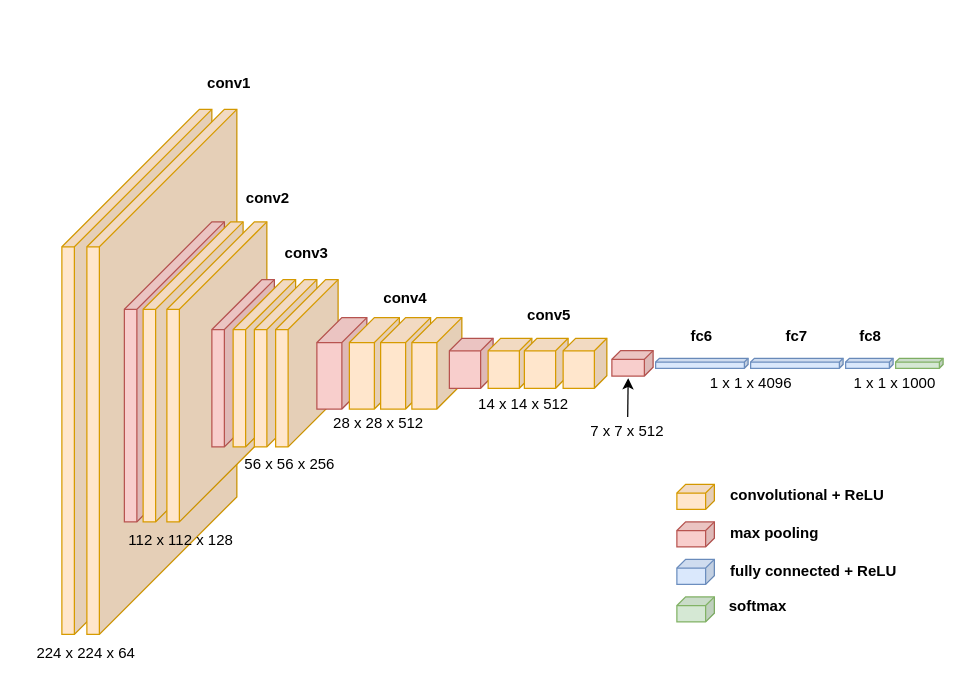
Earlier version of the draw.io diagram Finale3DLSTM.drawio (bananasrlowkeygood/bananasrlowkeygood.github.io). Source tidied: cells renumbered, new cells numbered last; positions are measured from the earlier drawing's top-left corner, leaving out a move shared by most shapes. Both pictures are drawn from the tidied source at 125%, with x=0, y=0 at pixel (24, 64).
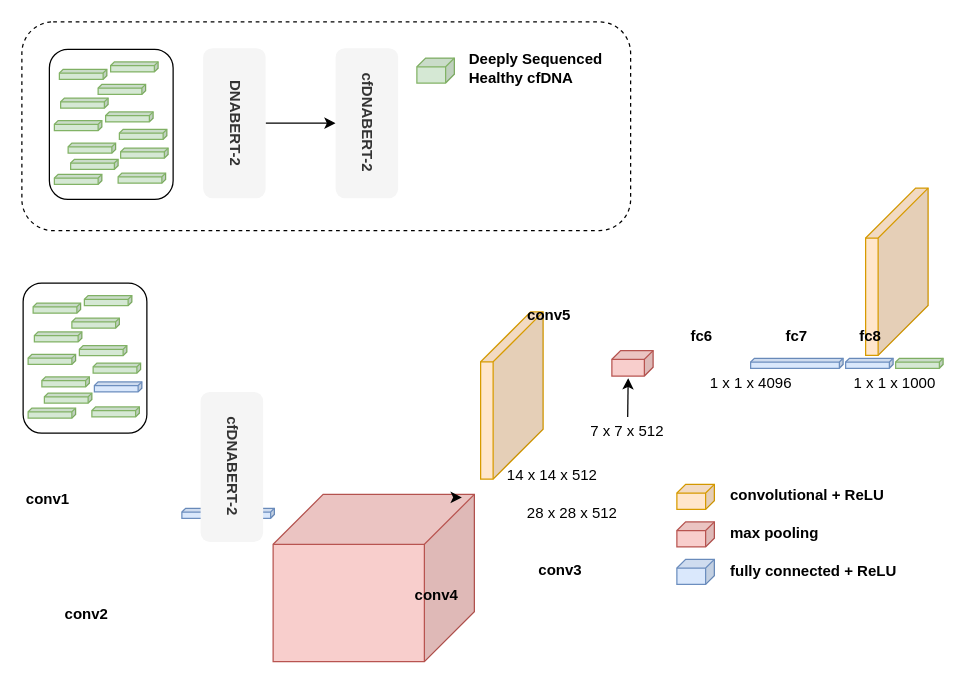
Above is the later version.

Change to the diagram source:
```diff
@@
-    <mxCell id="2" style="shape=cube;whiteSpace=wrap;html=1;boundedLbl=1;backgroundOutline=1;darkOpacity=0.05;darkOpacity2=0.1;size=110;direction=east;flipH=1;fillColor=#ffe6cc;strokeColor=#d79b00;" parent="1" vertex="1">
-      <mxGeometry x="30" y="36" width="120" height="420" as="geometry" />
-    </mxCell>
-    <mxCell id="3" style="shape=cube;whiteSpace=wrap;html=1;boundedLbl=1;backgroundOutline=1;darkOpacity=0.05;darkOpacity2=0.1;size=110;direction=east;flipH=1;fillColor=#ffe6cc;strokeColor=#d79b00;" parent="1" vertex="1">
-      <mxGeometry x="50" y="36" width="120" height="420" as="geometry" />
-    </mxCell>
-    <mxCell id="4" style="shape=cube;whiteSpace=wrap;html=1;boundedLbl=1;backgroundOutline=1;darkOpacity=0.05;darkOpacity2=0.1;size=70;direction=east;flipH=1;fillColor=#f8cecc;strokeColor=#b85450;" parent="1" vertex="1">
-      <mxGeometry x="80" y="126" width="80" height="240" as="geometry" />
-    </mxCell>
-    <mxCell id="5" style="shape=cube;whiteSpace=wrap;html=1;boundedLbl=1;backgroundOutline=1;darkOpacity=0.05;darkOpacity2=0.1;size=70;direction=east;flipH=1;fillColor=#ffe6cc;strokeColor=#d79b00;" parent="1" vertex="1">
-      <mxGeometry x="95" y="126" width="80" height="240" as="geometry" />
-    </mxCell>
-    <mxCell id="6" style="shape=cube;whiteSpace=wrap;html=1;boundedLbl=1;backgroundOutline=1;darkOpacity=0.05;darkOpacity2=0.1;size=70;direction=east;flipH=1;fillColor=#ffe6cc;strokeColor=#d79b00;" parent="1" vertex="1">
-      <mxGeometry x="114" y="126" width="80" height="240" as="geometry" />
-    </mxCell>
+    <mxCell id="49" style="rounded=1;whiteSpace=wrap;html=1;dashed=1;fillColor=none;" parent="1" vertex="1">
+      <mxGeometry x="-2" y="-34" width="487" height="167" as="geometry" />
+    </mxCell>
     <mxCell id="7" style="shape=cube;whiteSpace=wrap;html=1;boundedLbl=1;backgroundOutline=1;darkOpacity=0.05;darkOpacity2=0.1;size=40;direction=east;flipH=1;fillColor=#f8cecc;strokeColor=#b85450;" parent="1" vertex="1">
-      <mxGeometry x="150" y="172.2" width="50" height="133.8" as="geometry" />
+      <mxGeometry x="199" y="344" width="161" height="133.8" as="geometry" />
     </mxCell>
     <mxCell id="8" style="shape=cube;whiteSpace=wrap;html=1;boundedLbl=1;backgroundOutline=1;darkOpacity=0.05;darkOpacity2=0.1;size=40;direction=east;flipH=1;fillColor=#ffe6cc;strokeColor=#d79b00;" parent="1" vertex="1">
-      <mxGeometry x="167" y="172.2" width="50" height="133.8" as="geometry" />
+      <mxGeometry x="365" y="198" width="50" height="133.8" as="geometry" />
     </mxCell>
     <mxCell id="9" style="shape=cube;whiteSpace=wrap;html=1;boundedLbl=1;backgroundOutline=1;darkOpacity=0.05;darkOpacity2=0.1;size=40;direction=east;flipH=1;fillColor=#ffe6cc;strokeColor=#d79b00;" parent="1" vertex="1">
-      <mxGeometry x="184" y="172.2" width="50" height="133.8" as="geometry" />
+      <mxGeometry x="673" y="99" width="50" height="133.8" as="geometry" />
     </mxCell>
-    <mxCell id="10" style="shape=cube;whiteSpace=wrap;html=1;boundedLbl=1;backgroundOutline=1;darkOpacity=0.05;darkOpacity2=0.1;size=40;direction=east;flipH=1;fillColor=#ffe6cc;strokeColor=#d79b00;" parent="1" vertex="1">
-      <mxGeometry x="201" y="172.2" width="50" height="133.8" as="geometry" />
-    </mxCell>
-    <mxCell id="11" style="shape=cube;whiteSpace=wrap;html=1;boundedLbl=1;backgroundOutline=1;darkOpacity=0.05;darkOpacity2=0.1;size=20;direction=east;flipH=1;fillColor=#f8cecc;strokeColor=#b85450;" parent="1" vertex="1">
-      <mxGeometry x="234" y="202.6" width="40" height="73.1" as="geometry" />
-    </mxCell>
-    <mxCell id="12" style="shape=cube;whiteSpace=wrap;html=1;boundedLbl=1;backgroundOutline=1;darkOpacity=0.05;darkOpacity2=0.1;size=20;direction=east;flipH=1;fillColor=#ffe6cc;strokeColor=#d79b00;" parent="1" vertex="1">
-      <mxGeometry x="260" y="202.6" width="40" height="73.1" as="geometry" />
-    </mxCell>
-    <mxCell id="13" style="shape=cube;whiteSpace=wrap;html=1;boundedLbl=1;backgroundOutline=1;darkOpacity=0.05;darkOpacity2=0.1;size=20;direction=east;flipH=1;fillColor=#ffe6cc;strokeColor=#d79b00;" parent="1" vertex="1">
-      <mxGeometry x="285" y="202.6" width="40" height="73.1" as="geometry" />
-    </mxCell>
-    <mxCell id="14" style="shape=cube;whiteSpace=wrap;html=1;boundedLbl=1;backgroundOutline=1;darkOpacity=0.05;darkOpacity2=0.1;size=20;direction=east;flipH=1;fillColor=#ffe6cc;strokeColor=#d79b00;" parent="1" vertex="1">
-      <mxGeometry x="310" y="202.6" width="40" height="73.1" as="geometry" />
-    </mxCell>
-    <mxCell id="15" style="shape=cube;whiteSpace=wrap;html=1;boundedLbl=1;backgroundOutline=1;darkOpacity=0.05;darkOpacity2=0.1;size=10;direction=east;flipH=1;fillColor=#f8cecc;strokeColor=#b85450;" parent="1" vertex="1">
-      <mxGeometry x="340" y="219.1" width="35" height="40" as="geometry" />
-    </mxCell>
-    <mxCell id="16" style="shape=cube;whiteSpace=wrap;html=1;boundedLbl=1;backgroundOutline=1;darkOpacity=0.05;darkOpacity2=0.1;size=10;direction=east;flipH=1;fillColor=#ffe6cc;strokeColor=#d79b00;" parent="1" vertex="1">
-      <mxGeometry x="371" y="219.1" width="35" height="40" as="geometry" />
-    </mxCell>
@@
     <mxCell id="18" style="shape=cube;whiteSpace=wrap;html=1;boundedLbl=1;backgroundOutline=1;darkOpacity=0.05;darkOpacity2=0.1;size=3;direction=east;flipH=1;fillColor=#dae8fc;strokeColor=#6c8ebf;" parent="1" vertex="1">
-      <mxGeometry x="505" y="235.1" width="74" height="8" as="geometry" />
+      <mxGeometry x="126" y="355.1" width="74" height="8" as="geometry" />
     </mxCell>
@@
-    <mxCell id="25" style="shape=cube;whiteSpace=wrap;html=1;boundedLbl=1;backgroundOutline=1;darkOpacity=0.05;darkOpacity2=0.1;size=7;direction=east;flipH=1;fillColor=#d5e8d4;strokeColor=#82b366;" parent="1" vertex="1">
-      <mxGeometry x="522" y="426" width="30" height="20" as="geometry" />
-    </mxCell>
     <mxCell id="26" value="&lt;b&gt;conv1&lt;/b&gt;" style="text;html=1;strokeColor=none;fillColor=none;align=center;verticalAlign=middle;whiteSpace=wrap;rounded=0;" parent="1" vertex="1">
-      <mxGeometry x="144" width="40" height="30" as="geometry" />
+      <mxGeometry x="-1" y="333.1" width="40" height="30" as="geometry" />
     </mxCell>
     <mxCell id="27" value="&lt;b&gt;conv2&lt;/b&gt;" style="text;html=1;strokeColor=none;fillColor=none;align=center;verticalAlign=middle;whiteSpace=wrap;rounded=0;" parent="1" vertex="1">
-      <mxGeometry x="175" y="92" width="40" height="30" as="geometry" />
+      <mxGeometry x="30" y="425.1" width="40" height="30" as="geometry" />
     </mxCell>
     <mxCell id="28" value="&lt;b&gt;conv3&lt;/b&gt;" style="text;html=1;strokeColor=none;fillColor=none;align=center;verticalAlign=middle;whiteSpace=wrap;rounded=0;" parent="1" vertex="1">
-      <mxGeometry x="206" y="136" width="40" height="30" as="geometry" />
+      <mxGeometry x="409" y="390" width="40" height="30" as="geometry" />
     </mxCell>
     <mxCell id="29" value="&lt;b&gt;conv4&lt;/b&gt;" style="text;html=1;strokeColor=none;fillColor=none;align=center;verticalAlign=middle;whiteSpace=wrap;rounded=0;" parent="1" vertex="1">
-      <mxGeometry x="285" y="172.2" width="40" height="30" as="geometry" />
+      <mxGeometry x="310" y="410" width="40" height="30" as="geometry" />
     </mxCell>
@@
-    <mxCell id="34" value="224 x 224 x 64" style="text;html=1;strokeColor=none;fillColor=none;align=center;verticalAlign=middle;whiteSpace=wrap;rounded=0;" parent="1" vertex="1">
-      <mxGeometry y="456" width="99" height="30" as="geometry" />
-    </mxCell>
-    <mxCell id="35" value="112 x 112 x 128" style="text;html=1;strokeColor=none;fillColor=none;align=center;verticalAlign=middle;whiteSpace=wrap;rounded=0;" parent="1" vertex="1">
-      <mxGeometry x="76" y="366" width="99" height="30" as="geometry" />
-    </mxCell>
-    <mxCell id="36" value="56 x 56 x 256" style="text;html=1;strokeColor=none;fillColor=none;align=center;verticalAlign=middle;whiteSpace=wrap;rounded=0;" parent="1" vertex="1">
-      <mxGeometry x="163" y="305" width="99" height="30" as="geometry" />
-    </mxCell>
     <mxCell id="37" value="28 x 28 x 512" style="text;html=1;strokeColor=none;fillColor=none;align=center;verticalAlign=middle;whiteSpace=wrap;rounded=0;" parent="1" vertex="1">
-      <mxGeometry x="234" y="272" width="99" height="30" as="geometry" />
+      <mxGeometry x="389" y="344.1" width="99" height="30" as="geometry" />
     </mxCell>
     <mxCell id="38" value="14 x 14 x 512" style="text;html=1;strokeColor=none;fillColor=none;align=center;verticalAlign=middle;whiteSpace=wrap;rounded=0;" parent="1" vertex="1">
-      <mxGeometry x="350" y="257.1" width="99" height="30" as="geometry" />
+      <mxGeometry x="373" y="314.1" width="99" height="30" as="geometry" />
     </mxCell>
-    <mxCell id="39" style="shape=cube;whiteSpace=wrap;html=1;boundedLbl=1;backgroundOutline=1;darkOpacity=0.05;darkOpacity2=0.1;size=10;direction=east;flipH=1;fillColor=#ffe6cc;strokeColor=#d79b00;" parent="1" vertex="1">
-      <mxGeometry x="400" y="219.1" width="35" height="40" as="geometry" />
-    </mxCell>
-    <mxCell id="40" style="shape=cube;whiteSpace=wrap;html=1;boundedLbl=1;backgroundOutline=1;darkOpacity=0.05;darkOpacity2=0.1;size=10;direction=east;flipH=1;fillColor=#ffe6cc;strokeColor=#d79b00;" parent="1" vertex="1">
-      <mxGeometry x="431" y="219.1" width="35" height="40" as="geometry" />
-    </mxCell>
@@
-    <mxCell id="48" value="softmax" style="text;html=1;strokeColor=none;fillColor=none;align=left;verticalAlign=middle;whiteSpace=wrap;rounded=0;fontStyle=1;" parent="1" vertex="1">
-      <mxGeometry x="562" y="422.1" width="138" height="23.9" as="geometry" />
-    </mxCell>
+    <mxCell id="50" style="edgeStyle=orthogonalEdgeStyle;rounded=0;orthogonalLoop=1;jettySize=auto;html=1;exitX=0;exitY=0;exitDx=35;exitDy=25;exitPerimeter=0;entryX=0.921;entryY=0.603;entryDx=0;entryDy=0;entryPerimeter=0;" parent="1" edge="1">
+      <mxGeometry relative="1" as="geometry">
+        <mxPoint x="347.2" y="346.4" as="sourcePoint" />
+        <mxPoint x="350" y="345.6" as="targetPoint" />
+      </mxGeometry>
+    </mxCell>
+    <mxCell id="51" style="edgeStyle=orthogonalEdgeStyle;rounded=0;jettySize=auto;html=1;exitX=1;exitY=0.5;exitDx=0;exitDy=0;entryX=0;entryY=0.5;entryDx=0;entryDy=0;" parent="1" edge="1" source="52" target="53">
+      <mxGeometry relative="1" as="geometry" />
+    </mxCell>
+    <mxCell id="52" value="DNABERT-2" style="rounded=1;whiteSpace=wrap;html=1;textDirection=vertical-rl;fontStyle=1;fillColor=#f5f5f5;fontColor=#333333;strokeColor=none;" parent="1" vertex="1">
+      <mxGeometry x="143" y="-13" width="50" height="120" as="geometry" />
+    </mxCell>
+    <mxCell id="53" value="cfDNABERT-2" style="rounded=1;whiteSpace=wrap;html=1;textDirection=vertical-rl;fontStyle=1;fillColor=#f5f5f5;fontColor=#333333;strokeColor=none;" parent="1" vertex="1">
+      <mxGeometry x="249" y="-13" width="50" height="120" as="geometry" />
+    </mxCell>
+    <mxCell id="54" style="shape=cube;whiteSpace=wrap;html=1;boundedLbl=1;backgroundOutline=1;darkOpacity=0.05;darkOpacity2=0.1;size=7;direction=east;flipH=1;fillColor=#d5e8d4;strokeColor=#82b366;" parent="1" vertex="1">
+      <mxGeometry x="314" y="-5.1" width="30" height="20" as="geometry" />
+    </mxCell>
+    <mxCell id="55" value="Deeply Sequenced Healthy cfDNA" style="text;html=1;strokeColor=none;fillColor=none;align=left;verticalAlign=middle;whiteSpace=wrap;rounded=0;fontStyle=1;" parent="1" vertex="1">
+      <mxGeometry x="354" y="-9" width="138" height="23.9" as="geometry" />
+    </mxCell>
+    <mxCell id="56" value="cfDNABERT-2" style="rounded=1;whiteSpace=wrap;html=1;textDirection=vertical-rl;fontStyle=1;fillColor=#f5f5f5;fontColor=#333333;strokeColor=none;" parent="1" vertex="1">
+      <mxGeometry x="141" y="262" width="50" height="120" as="geometry" />
+    </mxCell>
+    <mxCell id="57" style="group;" parent="1" vertex="1">
+      <mxGeometry x="20" y="-12" width="99" height="120" as="geometry" />
+    </mxCell>
+    <mxCell id="58" style="rounded=1;whiteSpace=wrap;html=1;textDirection=vertical-rl;fontStyle=1;fillColor=none;fontColor=#333333;strokeColor=default;" parent="57" vertex="1">
+      <mxGeometry width="99" height="120" as="geometry" />
+    </mxCell>
+    <mxCell id="59" style="shape=cube;whiteSpace=wrap;html=1;boundedLbl=1;backgroundOutline=1;darkOpacity=0.05;darkOpacity2=0.1;size=3;direction=east;flipH=1;fillColor=#d5e8d4;strokeColor=#82b366;" parent="57" vertex="1">
+      <mxGeometry x="45" y="50" width="38" height="8" as="geometry" />
+    </mxCell>
+    <mxCell id="60" style="shape=cube;whiteSpace=wrap;html=1;boundedLbl=1;backgroundOutline=1;darkOpacity=0.05;darkOpacity2=0.1;size=3;direction=east;flipH=1;fillColor=#d5e8d4;strokeColor=#82b366;" parent="57" vertex="1">
+      <mxGeometry x="9" y="39" width="38" height="8" as="geometry" />
+    </mxCell>
+    <mxCell id="61" style="shape=cube;whiteSpace=wrap;html=1;boundedLbl=1;backgroundOutline=1;darkOpacity=0.05;darkOpacity2=0.1;size=3;direction=east;flipH=1;fillColor=#d5e8d4;strokeColor=#82b366;" parent="57" vertex="1">
+      <mxGeometry x="39" y="28" width="38" height="8" as="geometry" />
+    </mxCell>
+    <mxCell id="62" style="shape=cube;whiteSpace=wrap;html=1;boundedLbl=1;backgroundOutline=1;darkOpacity=0.05;darkOpacity2=0.1;size=3;direction=east;flipH=1;fillColor=#d5e8d4;strokeColor=#82b366;" parent="57" vertex="1">
+      <mxGeometry x="17" y="88" width="38" height="8" as="geometry" />
+    </mxCell>
+    <mxCell id="63" style="shape=cube;whiteSpace=wrap;html=1;boundedLbl=1;backgroundOutline=1;darkOpacity=0.05;darkOpacity2=0.1;size=3;direction=east;flipH=1;fillColor=#d5e8d4;strokeColor=#82b366;" parent="57" vertex="1">
+      <mxGeometry x="4" y="57" width="38" height="8" as="geometry" />
+    </mxCell>
+    <mxCell id="64" style="shape=cube;whiteSpace=wrap;html=1;boundedLbl=1;backgroundOutline=1;darkOpacity=0.05;darkOpacity2=0.1;size=3;direction=east;flipH=1;fillColor=#d5e8d4;strokeColor=#82b366;" parent="57" vertex="1">
+      <mxGeometry x="55" y="99" width="38" height="8" as="geometry" />
+    </mxCell>
+    <mxCell id="65" style="shape=cube;whiteSpace=wrap;html=1;boundedLbl=1;backgroundOutline=1;darkOpacity=0.05;darkOpacity2=0.1;size=3;direction=east;flipH=1;fillColor=#d5e8d4;strokeColor=#82b366;" parent="57" vertex="1">
+      <mxGeometry x="4" y="100" width="38" height="8" as="geometry" />
+    </mxCell>
+    <mxCell id="66" style="shape=cube;whiteSpace=wrap;html=1;boundedLbl=1;backgroundOutline=1;darkOpacity=0.05;darkOpacity2=0.1;size=3;direction=east;flipH=1;fillColor=#d5e8d4;strokeColor=#82b366;" parent="57" vertex="1">
+      <mxGeometry x="56" y="64" width="38" height="8" as="geometry" />
+    </mxCell>
+    <mxCell id="67" style="shape=cube;whiteSpace=wrap;html=1;boundedLbl=1;backgroundOutline=1;darkOpacity=0.05;darkOpacity2=0.1;size=3;direction=east;flipH=1;fillColor=#d5e8d4;strokeColor=#82b366;" parent="57" vertex="1">
+      <mxGeometry x="57" y="79" width="38" height="8" as="geometry" />
+    </mxCell>
+    <mxCell id="68" style="shape=cube;whiteSpace=wrap;html=1;boundedLbl=1;backgroundOutline=1;darkOpacity=0.05;darkOpacity2=0.1;size=3;direction=east;flipH=1;fillColor=#d5e8d4;strokeColor=#82b366;" parent="57" vertex="1">
+      <mxGeometry x="15" y="75" width="38" height="8" as="geometry" />
+    </mxCell>
+    <mxCell id="69" style="shape=cube;whiteSpace=wrap;html=1;boundedLbl=1;backgroundOutline=1;darkOpacity=0.05;darkOpacity2=0.1;size=3;direction=east;flipH=1;fillColor=#d5e8d4;strokeColor=#82b366;" parent="57" vertex="1">
+      <mxGeometry x="49" y="10" width="38" height="8" as="geometry" />
+    </mxCell>
+    <mxCell id="70" style="shape=cube;whiteSpace=wrap;html=1;boundedLbl=1;backgroundOutline=1;darkOpacity=0.05;darkOpacity2=0.1;size=3;direction=east;flipH=1;fillColor=#d5e8d4;strokeColor=#82b366;" parent="57" vertex="1">
+      <mxGeometry x="8" y="16" width="38" height="8" as="geometry" />
+    </mxCell>
+    <mxCell id="71" style="group;" parent="1" vertex="1">
+      <mxGeometry x="-1" y="175" width="99" height="120" as="geometry" />
+    </mxCell>
+    <mxCell id="72" style="rounded=1;whiteSpace=wrap;html=1;textDirection=vertical-rl;fontStyle=1;fillColor=none;fontColor=#333333;strokeColor=default;" parent="71" vertex="1">
+      <mxGeometry width="99" height="120" as="geometry" />
+    </mxCell>
+    <mxCell id="73" style="shape=cube;whiteSpace=wrap;html=1;boundedLbl=1;backgroundOutline=1;darkOpacity=0.05;darkOpacity2=0.1;size=3;direction=east;flipH=1;fillColor=#d5e8d4;strokeColor=#82b366;" parent="71" vertex="1">
+      <mxGeometry x="45" y="50" width="38" height="8" as="geometry" />
+    </mxCell>
+    <mxCell id="74" style="shape=cube;whiteSpace=wrap;html=1;boundedLbl=1;backgroundOutline=1;darkOpacity=0.05;darkOpacity2=0.1;size=3;direction=east;flipH=1;fillColor=#d5e8d4;strokeColor=#82b366;" parent="71" vertex="1">
+      <mxGeometry x="9" y="39" width="38" height="8" as="geometry" />
+    </mxCell>
+    <mxCell id="75" style="shape=cube;whiteSpace=wrap;html=1;boundedLbl=1;backgroundOutline=1;darkOpacity=0.05;darkOpacity2=0.1;size=3;direction=east;flipH=1;fillColor=#d5e8d4;strokeColor=#82b366;" parent="71" vertex="1">
+      <mxGeometry x="39" y="28" width="38" height="8" as="geometry" />
+    </mxCell>
+    <mxCell id="76" style="shape=cube;whiteSpace=wrap;html=1;boundedLbl=1;backgroundOutline=1;darkOpacity=0.05;darkOpacity2=0.1;size=3;direction=east;flipH=1;fillColor=#d5e8d4;strokeColor=#82b366;" parent="71" vertex="1">
+      <mxGeometry x="17" y="88" width="38" height="8" as="geometry" />
+    </mxCell>
+    <mxCell id="77" style="shape=cube;whiteSpace=wrap;html=1;boundedLbl=1;backgroundOutline=1;darkOpacity=0.05;darkOpacity2=0.1;size=3;direction=east;flipH=1;fillColor=#d5e8d4;strokeColor=#82b366;" parent="71" vertex="1">
+      <mxGeometry x="4" y="57" width="38" height="8" as="geometry" />
+    </mxCell>
+    <mxCell id="78" style="shape=cube;whiteSpace=wrap;html=1;boundedLbl=1;backgroundOutline=1;darkOpacity=0.05;darkOpacity2=0.1;size=3;direction=east;flipH=1;fillColor=#d5e8d4;strokeColor=#82b366;" parent="71" vertex="1">
+      <mxGeometry x="55" y="99" width="38" height="8" as="geometry" />
+    </mxCell>
+    <mxCell id="79" style="shape=cube;whiteSpace=wrap;html=1;boundedLbl=1;backgroundOutline=1;darkOpacity=0.05;darkOpacity2=0.1;size=3;direction=east;flipH=1;fillColor=#d5e8d4;strokeColor=#82b366;" parent="71" vertex="1">
+      <mxGeometry x="4" y="100" width="38" height="8" as="geometry" />
+    </mxCell>
+    <mxCell id="80" style="shape=cube;whiteSpace=wrap;html=1;boundedLbl=1;backgroundOutline=1;darkOpacity=0.05;darkOpacity2=0.1;size=3;direction=east;flipH=1;fillColor=#d5e8d4;strokeColor=#82b366;" parent="71" vertex="1">
+      <mxGeometry x="56" y="64" width="38" height="8" as="geometry" />
+    </mxCell>
+    <mxCell id="81" style="shape=cube;whiteSpace=wrap;html=1;boundedLbl=1;backgroundOutline=1;darkOpacity=0.05;darkOpacity2=0.1;size=3;direction=east;flipH=1;fillColor=#dae8fc;strokeColor=#6c8ebf;" parent="71" vertex="1">
+      <mxGeometry x="57" y="79" width="38" height="8" as="geometry" />
+    </mxCell>
+    <mxCell id="82" style="shape=cube;whiteSpace=wrap;html=1;boundedLbl=1;backgroundOutline=1;darkOpacity=0.05;darkOpacity2=0.1;size=3;direction=east;flipH=1;fillColor=#d5e8d4;strokeColor=#82b366;" parent="71" vertex="1">
+      <mxGeometry x="15" y="75" width="38" height="8" as="geometry" />
+    </mxCell>
+    <mxCell id="83" style="shape=cube;whiteSpace=wrap;html=1;boundedLbl=1;backgroundOutline=1;darkOpacity=0.05;darkOpacity2=0.1;size=3;direction=east;flipH=1;fillColor=#d5e8d4;strokeColor=#82b366;" parent="71" vertex="1">
+      <mxGeometry x="49" y="10" width="38" height="8" as="geometry" />
+    </mxCell>
+    <mxCell id="84" style="shape=cube;whiteSpace=wrap;html=1;boundedLbl=1;backgroundOutline=1;darkOpacity=0.05;darkOpacity2=0.1;size=3;direction=east;flipH=1;fillColor=#d5e8d4;strokeColor=#82b366;" parent="71" vertex="1">
+      <mxGeometry x="8" y="16" width="38" height="8" as="geometry" />
+    </mxCell>
```
